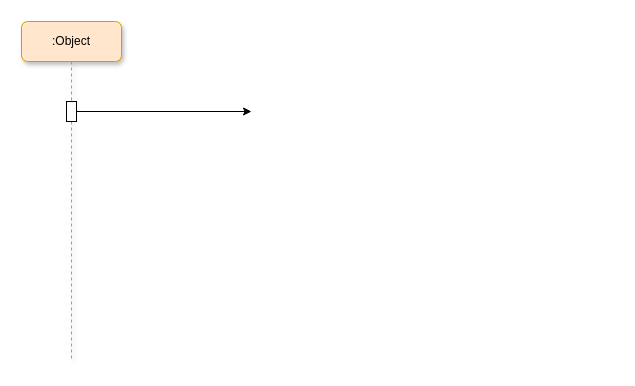
Before: 未命名绘图.drawio in q455122570/drawIO, a draw.io diagram. Source tidied: cells renumbered, new cells numbered last; positions are measured from the earlier drawing's top-left corner, leaving out a move shared by most shapes. Both pictures are drawn from the tidied source at 100%, with x=0, y=0 at pixel (21, 21).
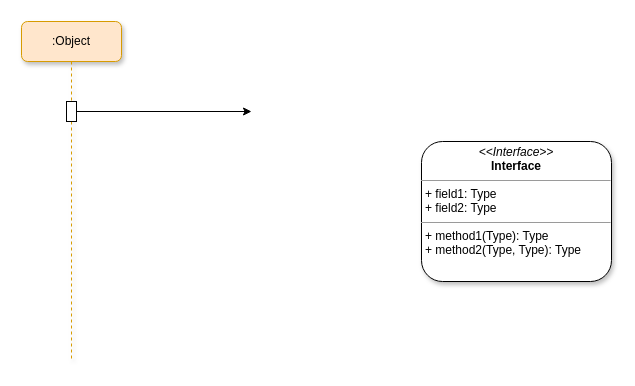
Above is the later version.

Commit message:
更新未命名绘图.drawio

Diff of the diagram source:
```diff
@@
 <mxGraphModel>
   <root>
     <mxCell id="0" />
     <mxCell id="1" parent="0" />
     <mxCell id="2" value=":Object" style="shape=umlLifeline;perimeter=lifelinePerimeter;whiteSpace=wrap;html=1;fillColor=#ffe6cc;strokeColor=#d79b00;rounded=1;shadow=1;glass=0;sketch=0;" parent="1" vertex="1">
       <mxGeometry width="100" height="340" as="geometry" />
     </mxCell>
     <mxCell id="3" style="html=1;points=[];perimeter=orthogonalPerimeter;" parent="2" vertex="1">
       <mxGeometry x="45" y="80" width="10" height="20" as="geometry" />
     </mxCell>
     <mxCell id="4" style="edgeStyle=orthogonalEdgeStyle;rounded=0;jettySize=auto;html=1;" parent="1" edge="1" source="3">
       <mxGeometry relative="1" as="geometry">
         <mxPoint x="230" y="90" as="targetPoint" />
       </mxGeometry>
     </mxCell>
+    <mxCell id="5" value="&lt;p style=&quot;margin:0px;margin-top:4px;text-align:center;&quot;&gt;&lt;i&gt;&amp;lt;&amp;lt;Interface&amp;gt;&amp;gt;&lt;/i&gt;&lt;br/&gt;&lt;b&gt;Interface&lt;/b&gt;&lt;/p&gt;&lt;hr size=&quot;1&quot;/&gt;&lt;p style=&quot;margin:0px;margin-left:4px;&quot;&gt;+ field1: Type&lt;br/&gt;+ field2: Type&lt;/p&gt;&lt;hr size=&quot;1&quot;/&gt;&lt;p style=&quot;margin:0px;margin-left:4px;&quot;&gt;+ method1(Type): Type&lt;br/&gt;+ method2(Type, Type): Type&lt;/p&gt;" style="verticalAlign=top;align=left;overflow=fill;fontSize=12;fontFamily=Helvetica;html=1;rounded=1;shadow=1;glass=0;sketch=0;" parent="1" vertex="1">
+      <mxGeometry x="400" y="120" width="190" height="140" as="geometry" />
+    </mxCell>
   </root>
 </mxGraphModel>
```
